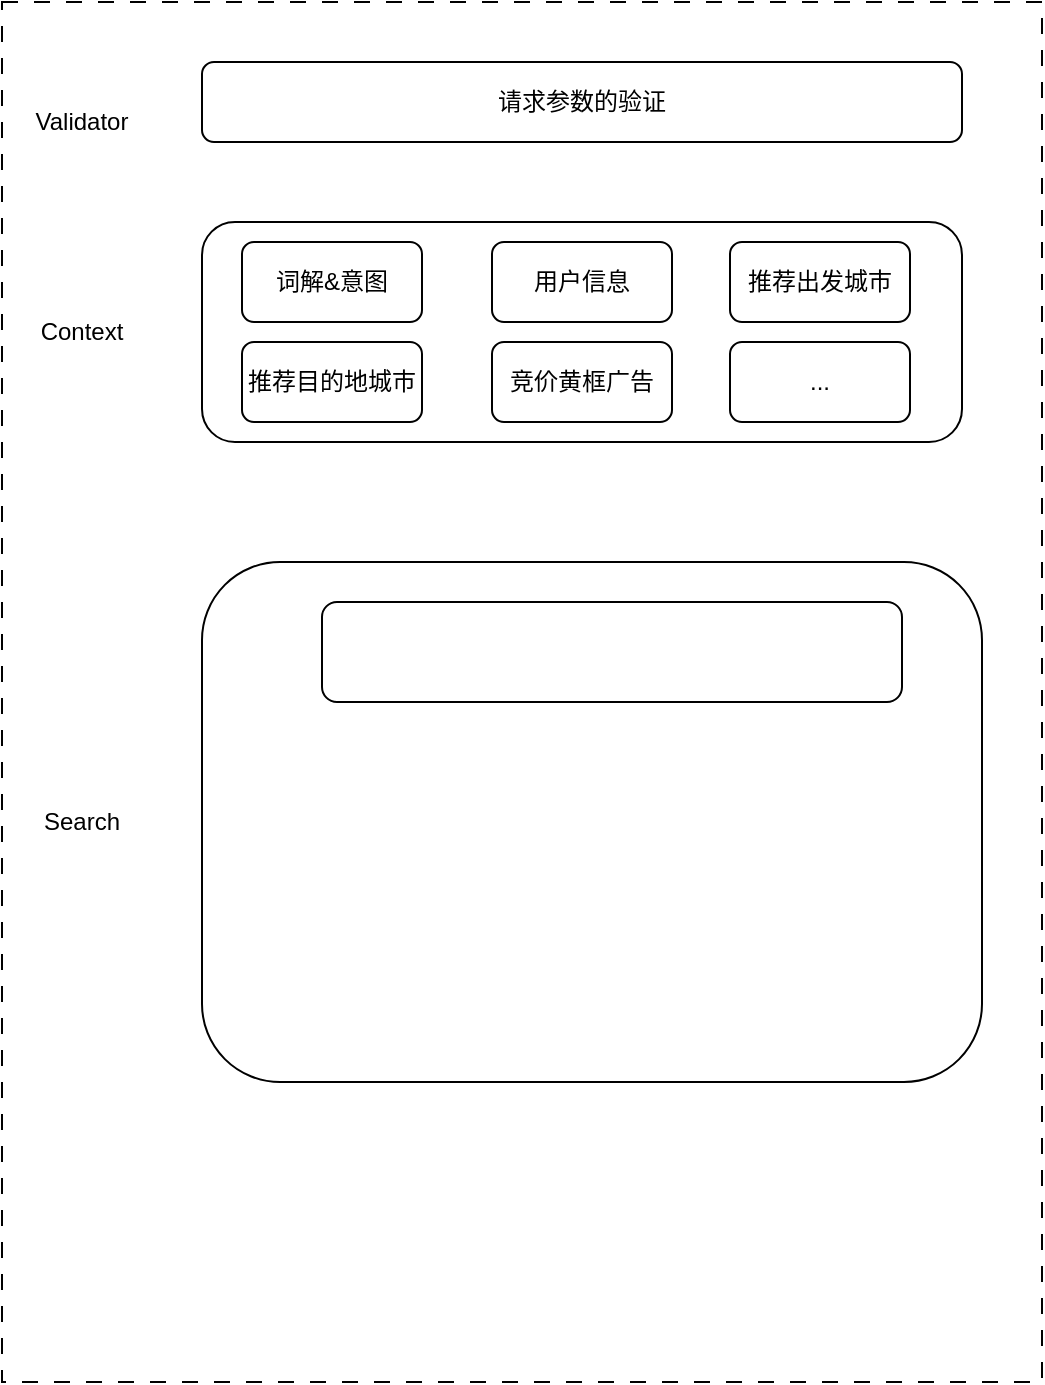
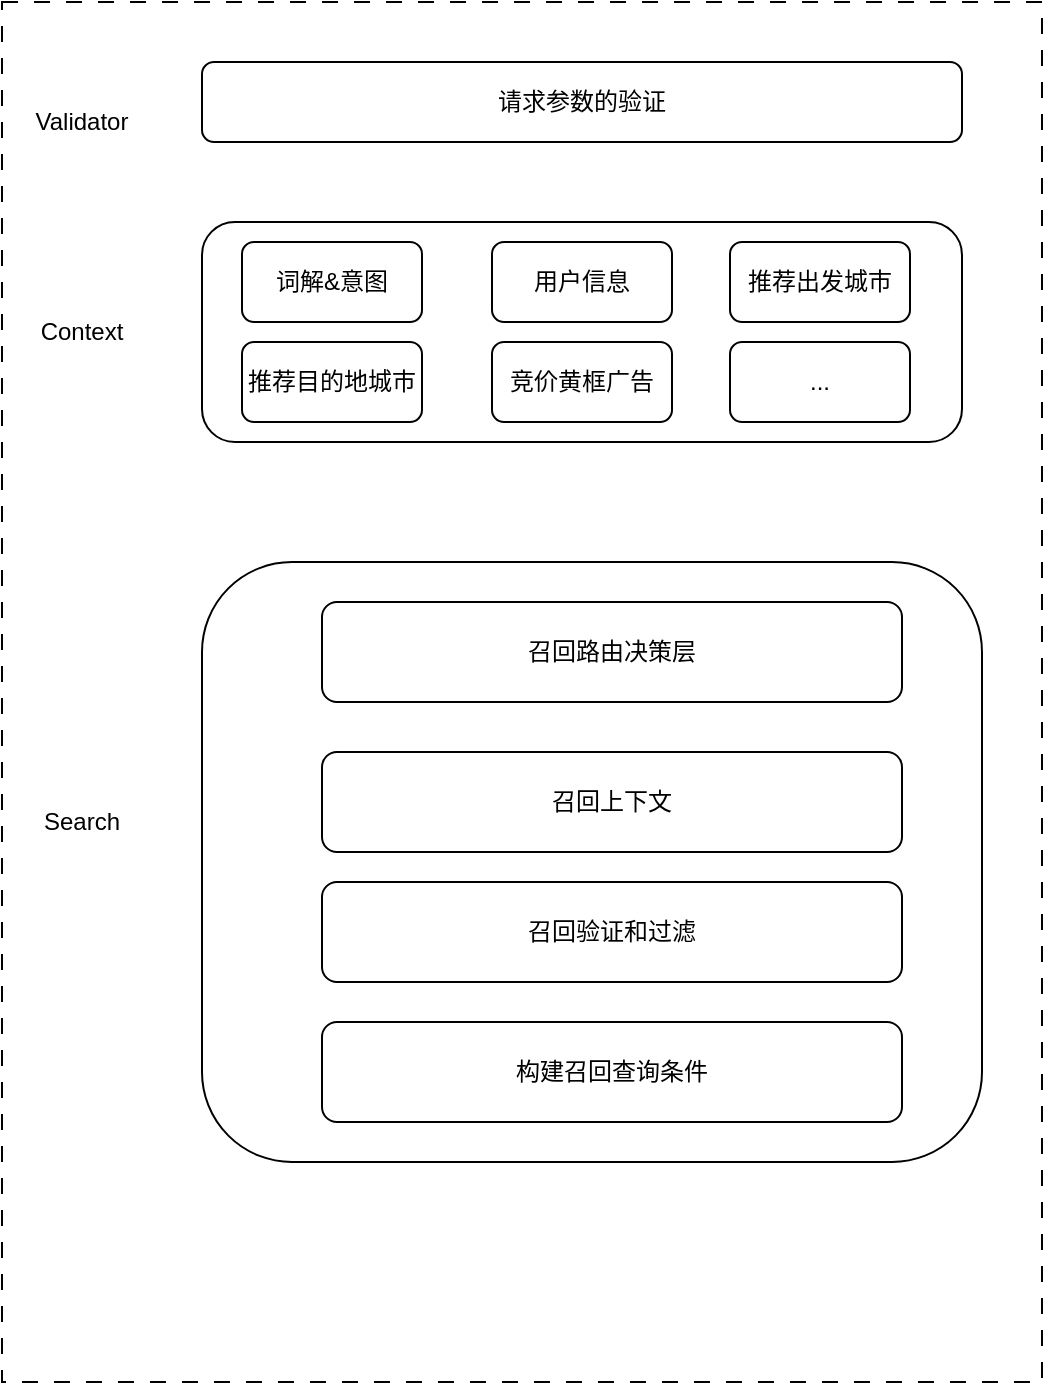
<mxfile host="app.diagrams.net">
  <diagram name="第 1 页" id="jvkQ6q8ciIzknWhuEr6Q">
    <mxGraphModel dx="1414" dy="743" grid="1" gridSize="10" guides="1" tooltips="1" connect="1" arrows="1" fold="1" page="1" pageScale="1" pageWidth="827" pageHeight="1169" math="0" shadow="0">
      <root>
        <mxCell id="0" />
        <mxCell id="1" parent="0" />
        <mxCell id="OlJ8bCc6Roh7H291gZyU-1" parent="1" style="rounded=0;whiteSpace=wrap;html=1;dashed=1;dashPattern=8 8;" value="" vertex="1">
          <mxGeometry height="690" width="520" x="50" y="40" as="geometry" />
        </mxCell>
        <mxCell id="OlJ8bCc6Roh7H291gZyU-2" parent="1" style="rounded=1;whiteSpace=wrap;html=1;" value="&lt;div&gt;请求参数的验证&lt;/div&gt;" vertex="1">
          <mxGeometry height="40" width="380" x="150" y="70" as="geometry" />
        </mxCell>
        <mxCell id="OlJ8bCc6Roh7H291gZyU-3" parent="1" style="rounded=1;whiteSpace=wrap;html=1;" value="" vertex="1">
          <mxGeometry height="110" width="380" x="150" y="150" as="geometry" />
        </mxCell>
        <mxCell id="OlJ8bCc6Roh7H291gZyU-4" parent="1" style="text;html=1;whiteSpace=wrap;strokeColor=none;fillColor=none;align=center;verticalAlign=middle;rounded=0;" value="Validator" vertex="1">
          <mxGeometry height="30" width="60" x="60" y="85" as="geometry" />
        </mxCell>
        <mxCell id="OlJ8bCc6Roh7H291gZyU-5" parent="1" style="text;html=1;whiteSpace=wrap;strokeColor=none;fillColor=none;align=center;verticalAlign=middle;rounded=0;" value="Context" vertex="1">
          <mxGeometry height="30" width="60" x="60" y="190" as="geometry" />
        </mxCell>
        <mxCell id="OlJ8bCc6Roh7H291gZyU-6" parent="1" style="rounded=1;whiteSpace=wrap;html=1;" value="词解&amp;amp;意图" vertex="1">
          <mxGeometry height="40" width="90" x="170" y="160" as="geometry" />
        </mxCell>
        <mxCell id="OlJ8bCc6Roh7H291gZyU-7" parent="1" style="rounded=1;whiteSpace=wrap;html=1;" value="用户信息" vertex="1">
          <mxGeometry height="40" width="90" x="295" y="160" as="geometry" />
        </mxCell>
        <mxCell id="OlJ8bCc6Roh7H291gZyU-8" parent="1" style="rounded=1;whiteSpace=wrap;html=1;" value="推荐出发城市" vertex="1">
          <mxGeometry height="40" width="90" x="414" y="160" as="geometry" />
        </mxCell>
        <mxCell id="OlJ8bCc6Roh7H291gZyU-9" parent="1" style="rounded=1;whiteSpace=wrap;html=1;" value="推荐目的地城市" vertex="1">
          <mxGeometry height="40" width="90" x="170" y="210" as="geometry" />
        </mxCell>
        <mxCell id="OlJ8bCc6Roh7H291gZyU-10" parent="1" style="rounded=1;whiteSpace=wrap;html=1;" value="竞价黄框广告" vertex="1">
          <mxGeometry height="40" width="90" x="295" y="210" as="geometry" />
        </mxCell>
        <mxCell id="OlJ8bCc6Roh7H291gZyU-11" parent="1" style="rounded=1;whiteSpace=wrap;html=1;" value="..." vertex="1">
          <mxGeometry height="40" width="90" x="414" y="210" as="geometry" />
        </mxCell>
        <mxCell id="OlJ8bCc6Roh7H291gZyU-12" parent="1" style="rounded=1;whiteSpace=wrap;html=1;" value="" vertex="1">
-           <mxGeometry height="260" width="390" x="150" y="320" as="geometry" />
+           <mxGeometry height="300" width="390" x="150" y="320" as="geometry" />
        </mxCell>
        <mxCell id="OlJ8bCc6Roh7H291gZyU-13" parent="1" style="text;html=1;whiteSpace=wrap;strokeColor=none;fillColor=none;align=center;verticalAlign=middle;rounded=0;" value="Search" vertex="1">
          <mxGeometry height="30" width="60" x="60" y="435" as="geometry" />
        </mxCell>
-         <mxCell id="OlJ8bCc6Roh7H291gZyU-14" parent="1" style="rounded=1;whiteSpace=wrap;html=1;" value="" vertex="1">
+         <mxCell id="OlJ8bCc6Roh7H291gZyU-14" parent="1" style="rounded=1;whiteSpace=wrap;html=1;" value="召回路由决策层" vertex="1">
          <mxGeometry height="50" width="290" x="210" y="340" as="geometry" />
+         </mxCell>
+         <mxCell id="Akz6hOBq7IeE_ktEgzU_-1" parent="1" style="rounded=1;whiteSpace=wrap;html=1;" value="召回上下文" vertex="1">
+           <mxGeometry height="50" width="290" x="210" y="415" as="geometry" />
+         </mxCell>
+         <mxCell id="Akz6hOBq7IeE_ktEgzU_-2" parent="1" style="rounded=1;whiteSpace=wrap;html=1;" value="召回验证和过滤" vertex="1">
+           <mxGeometry height="50" width="290" x="210" y="480" as="geometry" />
+         </mxCell>
+         <mxCell id="Akz6hOBq7IeE_ktEgzU_-3" parent="1" style="rounded=1;whiteSpace=wrap;html=1;" value="构建召回查询条件" vertex="1">
+           <mxGeometry height="50" width="290" x="210" y="550" as="geometry" />
        </mxCell>
      </root>
    </mxGraphModel>
  </diagram>
</mxfile>
